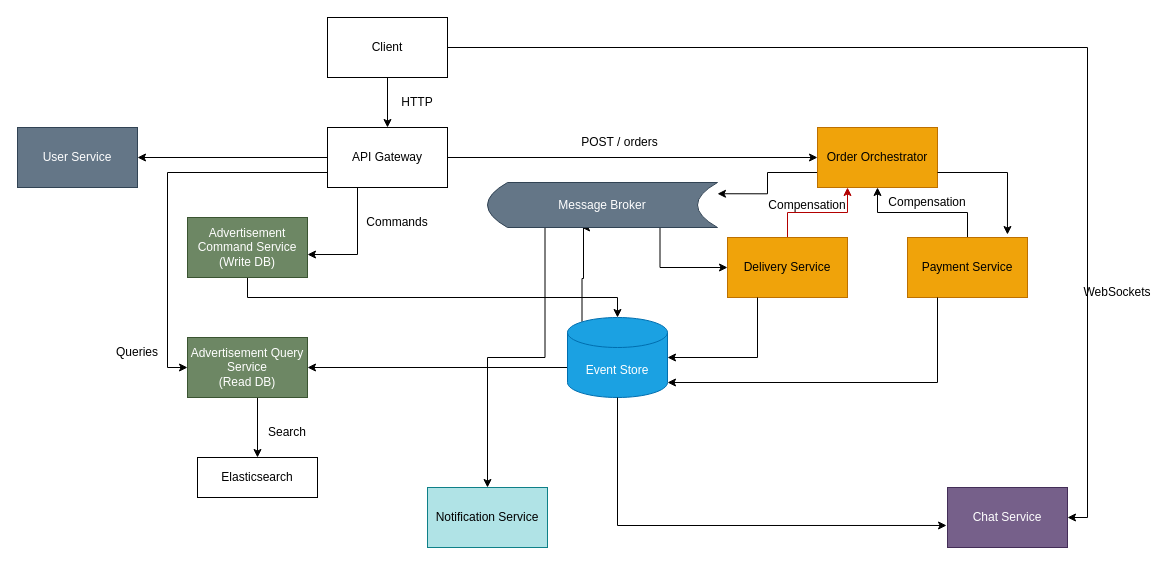
TohaVoice/System-Design keeps this draw.io diagram as hw-01/Сервис объявлений с доставкой и оплатой.drawio. Above is the earlier version. Source tidied: cells renumbered, new cells numbered last; positions are measured from the earlier drawing's top-left corner, leaving out a move shared by most shapes. Both pictures are drawn from the tidied source at 100%, with x=0, y=0 at pixel (17, 17).
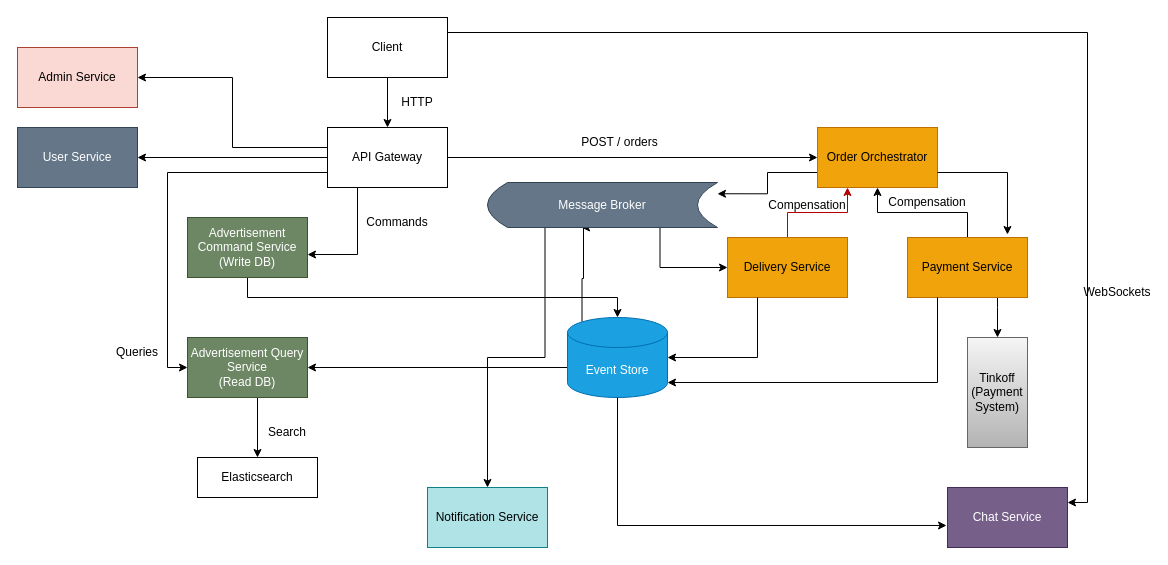
After the change.

The change refers to these unchanged cells:
```xml
<mxCell id="4" value="Client" style="rounded=0;whiteSpace=wrap;html=1;" parent="1" vertex="1">
  <mxGeometry x="310" width="120" height="60" as="geometry" />
</mxCell>
<mxCell id="8" value="API Gateway" style="rounded=0;whiteSpace=wrap;html=1;" parent="1" vertex="1">
  <mxGeometry x="310" y="110" width="120" height="60" as="geometry" />
</mxCell>
<mxCell id="23" value="Chat Service" style="rounded=0;whiteSpace=wrap;html=1;fillColor=#76608a;fontColor=#ffffff;strokeColor=#432D57;" parent="1" vertex="1">
  <mxGeometry x="930" y="470" width="120" height="60" as="geometry" />
</mxCell>
<mxCell id="33" value="Payment Service" style="rounded=0;whiteSpace=wrap;html=1;fillColor=#f0a30a;fontColor=#000000;strokeColor=#BD7000;" parent="1" vertex="1">
  <mxGeometry x="890" y="220" width="120" height="60" as="geometry" />
</mxCell>
```

What changed in the source:
```diff
@@
-    <mxCell id="3" style="edgeStyle=orthogonalEdgeStyle;rounded=0;jettySize=auto;html=1;exitX=1;exitY=0.5;exitDx=0;exitDy=0;entryX=1;entryY=0.5;entryDx=0;entryDy=0;" parent="1" edge="1" source="4" target="23">
+    <mxCell id="3" style="edgeStyle=orthogonalEdgeStyle;rounded=0;orthogonalLoop=1;jettySize=auto;html=1;exitX=1;exitY=0.5;exitDx=0;exitDy=0;entryX=1;entryY=0.5;entryDx=0;entryDy=0;" parent="1" edge="1">
       <mxGeometry relative="1" as="geometry">
+        <mxPoint x="430" y="15" as="sourcePoint" />
+        <mxPoint x="1050" y="485" as="targetPoint" />
         <Array as="points">
-          <mxPoint x="1070" y="30" />
-          <mxPoint x="1070" y="500" />
-          <mxPoint x="1050" y="500" />
+          <mxPoint x="1070" y="15" />
+          <mxPoint x="1070" y="485" />
+          <mxPoint x="1050" y="485" />
         </Array>
       </mxGeometry>
     </mxCell>
@@
+    <mxCell id="42" style="edgeStyle=orthogonalEdgeStyle;rounded=0;jettySize=auto;html=1;entryX=1;entryY=0.5;entryDx=0;entryDy=0;" parent="1" edge="1" source="8" target="44">
+      <mxGeometry relative="1" as="geometry">
+        <Array as="points">
+          <mxPoint x="215" y="130" />
+          <mxPoint x="215" y="60" />
+        </Array>
+      </mxGeometry>
+    </mxCell>
@@
+    <mxCell id="43" style="edgeStyle=orthogonalEdgeStyle;rounded=0;jettySize=auto;html=1;entryX=0.5;entryY=0;entryDx=0;entryDy=0;" parent="1" edge="1" source="33" target="45">
+      <mxGeometry relative="1" as="geometry">
+        <Array as="points">
+          <mxPoint x="980" y="290" />
+          <mxPoint x="980" y="290" />
+        </Array>
+      </mxGeometry>
+    </mxCell>
@@
+    <mxCell id="44" value="Admin Service" style="rounded=0;whiteSpace=wrap;html=1;fillColor=#fad9d5;strokeColor=#ae4132;" parent="1" vertex="1">
+      <mxGeometry y="30" width="120" height="60" as="geometry" />
+    </mxCell>
+    <mxCell id="45" value="Tinkoff (Payment System)" style="rounded=0;whiteSpace=wrap;html=1;fillColor=#f5f5f5;strokeColor=#666666;gradientColor=#b3b3b3;" parent="1" vertex="1">
+      <mxGeometry x="950" y="320" width="60" height="110" as="geometry" />
+    </mxCell>
```
